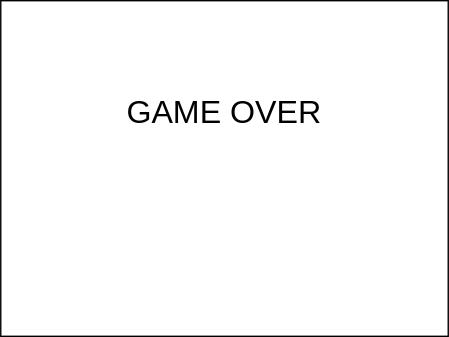
Earlier version of the draw.io export public/img/gameover.drawio.svg (yamagame/kobo-adventure). Source tidied: cells renumbered, new cells last; positions are measured from the earlier drawing's top-left corner, leaving out a move shared by most shapes.
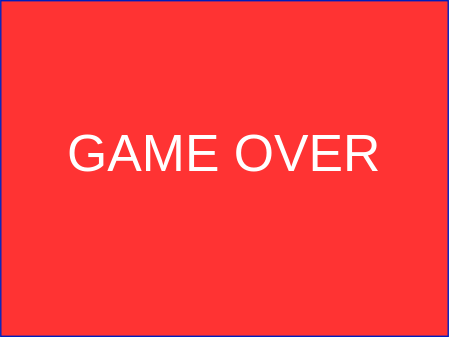
After the change.

Diff of the diagram source:
```diff
@@ -2,11 +2,11 @@
   <root>
     <mxCell id="0" />
     <mxCell id="1" parent="0" />
-    <mxCell id="2" style="rounded=0;whiteSpace=wrap;html=1;" parent="1" vertex="1">
+    <mxCell id="2" style="rounded=0;whiteSpace=wrap;html=1;fillColor=#FF3333;strokeColor=#001DBC;fontColor=#ffffff;" parent="1" vertex="1">
       <mxGeometry width="320" height="240" as="geometry" />
     </mxCell>
-    <mxCell id="3" value="GAME OVER" style="text;html=1;strokeColor=none;fillColor=none;align=center;verticalAlign=middle;whiteSpace=wrap;rounded=0;fontSize=23;" parent="1" vertex="1">
-      <mxGeometry x="30" y="40" width="260" height="80" as="geometry" />
+    <mxCell id="3" value="GAME OVER" style="text;html=1;strokeColor=none;fillColor=none;align=center;verticalAlign=middle;whiteSpace=wrap;rounded=0;fontSize=37;fontColor=#ffffff;" parent="1" vertex="1">
+      <mxGeometry x="30" y="70" width="260" height="80" as="geometry" />
     </mxCell>
   </root>
 </mxGraphModel>
```
